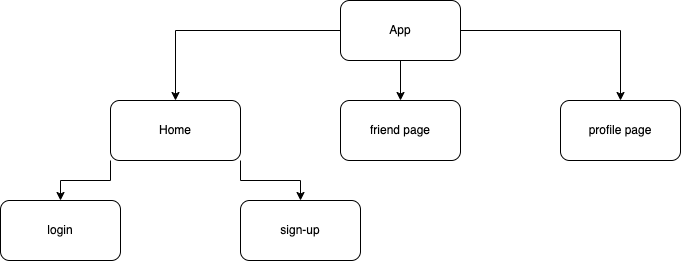
Earlier version of the draw.io export planning_materials/component-hierarchy.png (kingwilldabeast/dev-pals). Source tidied: cells renumbered, new cells last; positions are measured from the earlier drawing's top-left corner, leaving out a move shared by most shapes.
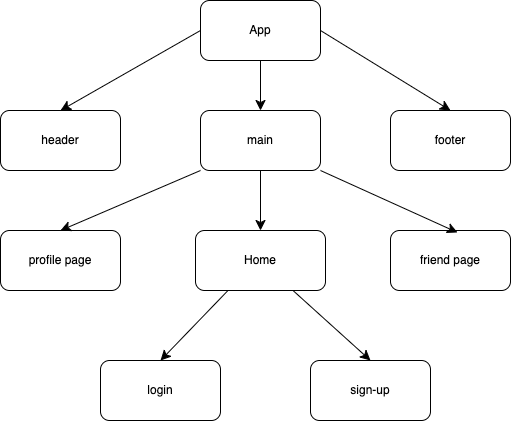
After the commit.

Commit message:
updated component-hierarchy

Diff of the diagram source:
```diff
@@ -2,38 +2,56 @@
   <root>
     <mxCell id="0" />
     <mxCell id="1" parent="0" />
-    <mxCell id="2" style="edgeStyle=orthogonalEdgeStyle;rounded=0;jettySize=auto;html=1;exitX=0;exitY=0.5;exitDx=0;exitDy=0;entryX=0.5;entryY=0;entryDx=0;entryDy=0;" parent="1" edge="1" source="5" target="8">
-      <mxGeometry relative="1" as="geometry" />
-    </mxCell>
-    <mxCell id="3" style="edgeStyle=orthogonalEdgeStyle;rounded=0;jettySize=auto;html=1;exitX=1;exitY=0.5;exitDx=0;exitDy=0;entryX=0.5;entryY=0;entryDx=0;entryDy=0;" parent="1" edge="1" source="5" target="11">
-      <mxGeometry relative="1" as="geometry" />
-    </mxCell>
-    <mxCell id="4" style="edgeStyle=orthogonalEdgeStyle;rounded=0;jettySize=auto;html=1;exitX=0.5;exitY=1;exitDx=0;exitDy=0;entryX=0.5;entryY=0;entryDx=0;entryDy=0;" parent="1" edge="1" source="5" target="12">
-      <mxGeometry relative="1" as="geometry" />
-    </mxCell>
+    <mxCell id="13" style="edgeStyle=none;curved=1;rounded=0;jettySize=auto;html=1;exitX=1;exitY=0.5;exitDx=0;exitDy=0;entryX=0.5;entryY=0;entryDx=0;entryDy=0;fontSize=12;startSize=8;endSize=8;" parent="1" edge="1" source="5" target="19">
+      <mxGeometry relative="1" as="geometry" />
+    </mxCell>
+    <mxCell id="14" style="edgeStyle=none;curved=1;rounded=0;jettySize=auto;html=1;exitX=0;exitY=0.5;exitDx=0;exitDy=0;entryX=0.5;entryY=0;entryDx=0;entryDy=0;fontSize=12;startSize=8;endSize=8;" parent="1" edge="1" source="5" target="20">
+      <mxGeometry relative="1" as="geometry" />
+    </mxCell>
+    <mxCell id="15" style="edgeStyle=none;curved=1;rounded=0;jettySize=auto;html=1;exitX=0.5;exitY=1;exitDx=0;exitDy=0;entryX=0.5;entryY=0;entryDx=0;entryDy=0;fontSize=12;startSize=8;endSize=8;" parent="1" edge="1" source="5" target="18">
+      <mxGeometry relative="1" as="geometry" />
+    </mxCell>
     <mxCell id="5" value="App" style="rounded=1;whiteSpace=wrap;html=1;" parent="1" vertex="1">
-      <mxGeometry x="340" width="120" height="60" as="geometry" />
+      <mxGeometry x="330" y="-130" width="120" height="60" as="geometry" />
     </mxCell>
-    <mxCell id="6" style="edgeStyle=orthogonalEdgeStyle;rounded=0;jettySize=auto;html=1;exitX=1;exitY=1;exitDx=0;exitDy=0;entryX=0.5;entryY=0;entryDx=0;entryDy=0;" parent="1" edge="1" source="8" target="9">
+    <mxCell id="6" style="edgeStyle=none;curved=1;rounded=0;jettySize=auto;html=1;exitX=0.75;exitY=1;exitDx=0;exitDy=0;entryX=0.5;entryY=0;entryDx=0;entryDy=0;fontSize=12;startSize=8;endSize=8;" parent="1" edge="1" source="8" target="9">
       <mxGeometry relative="1" as="geometry" />
     </mxCell>
-    <mxCell id="7" style="edgeStyle=orthogonalEdgeStyle;rounded=0;jettySize=auto;html=1;exitX=0;exitY=1;exitDx=0;exitDy=0;entryX=0.5;entryY=0;entryDx=0;entryDy=0;" parent="1" edge="1" source="8" target="10">
+    <mxCell id="7" style="edgeStyle=none;curved=1;rounded=0;jettySize=auto;html=1;exitX=0.25;exitY=1;exitDx=0;exitDy=0;entryX=0.5;entryY=0;entryDx=0;entryDy=0;fontSize=12;startSize=8;endSize=8;" parent="1" edge="1" source="8" target="10">
       <mxGeometry relative="1" as="geometry" />
     </mxCell>
     <mxCell id="8" value="Home" style="rounded=1;whiteSpace=wrap;html=1;" parent="1" vertex="1">
-      <mxGeometry x="110" y="100" width="130" height="60" as="geometry" />
+      <mxGeometry x="325" y="100" width="130" height="60" as="geometry" />
     </mxCell>
     <mxCell id="9" value="sign-up" style="rounded=1;whiteSpace=wrap;html=1;" parent="1" vertex="1">
-      <mxGeometry x="240" y="200" width="120" height="60" as="geometry" />
+      <mxGeometry x="440" y="230" width="120" height="60" as="geometry" />
     </mxCell>
     <mxCell id="10" value="login" style="rounded=1;whiteSpace=wrap;html=1;" parent="1" vertex="1">
-      <mxGeometry y="200" width="120" height="60" as="geometry" />
+      <mxGeometry x="230" y="230" width="120" height="60" as="geometry" />
     </mxCell>
     <mxCell id="11" value="profile page" style="rounded=1;whiteSpace=wrap;html=1;" parent="1" vertex="1">
-      <mxGeometry x="560" y="100" width="120" height="60" as="geometry" />
+      <mxGeometry x="130" y="100" width="120" height="60" as="geometry" />
     </mxCell>
     <mxCell id="12" value="friend page" style="rounded=1;whiteSpace=wrap;html=1;" parent="1" vertex="1">
-      <mxGeometry x="340" y="100" width="120" height="60" as="geometry" />
+      <mxGeometry x="520" y="100" width="120" height="60" as="geometry" />
     </mxCell>
+    <mxCell id="16" style="edgeStyle=none;curved=1;rounded=0;jettySize=auto;html=1;exitX=0.5;exitY=1;exitDx=0;exitDy=0;entryX=0.5;entryY=0;entryDx=0;entryDy=0;fontSize=12;startSize=8;endSize=8;" parent="1" edge="1" source="18" target="8">
+      <mxGeometry relative="1" as="geometry" />
+    </mxCell>
+    <mxCell id="17" style="edgeStyle=none;curved=1;rounded=0;jettySize=auto;html=1;exitX=0;exitY=1;exitDx=0;exitDy=0;entryX=0.5;entryY=0;entryDx=0;entryDy=0;fontSize=12;startSize=8;endSize=8;" parent="1" edge="1" source="18" target="11">
+      <mxGeometry relative="1" as="geometry" />
+    </mxCell>
+    <mxCell id="18" value="main" style="rounded=1;whiteSpace=wrap;html=1;" parent="1" vertex="1">
+      <mxGeometry x="330" y="-20" width="120" height="60" as="geometry" />
+    </mxCell>
+    <mxCell id="19" value="footer" style="rounded=1;whiteSpace=wrap;html=1;" parent="1" vertex="1">
+      <mxGeometry x="520" y="-20" width="120" height="60" as="geometry" />
+    </mxCell>
+    <mxCell id="20" value="header" style="rounded=1;whiteSpace=wrap;html=1;" parent="1" vertex="1">
+      <mxGeometry x="130" y="-20" width="120" height="60" as="geometry" />
+    </mxCell>
+    <mxCell id="21" style="edgeStyle=none;curved=1;rounded=0;jettySize=auto;html=1;exitX=1;exitY=1;exitDx=0;exitDy=0;entryX=0.558;entryY=0.033;entryDx=0;entryDy=0;entryPerimeter=0;fontSize=12;startSize=8;endSize=8;" parent="1" edge="1" source="18" target="12">
+      <mxGeometry relative="1" as="geometry" />
+    </mxCell>
   </root>
 </mxGraphModel>
```
